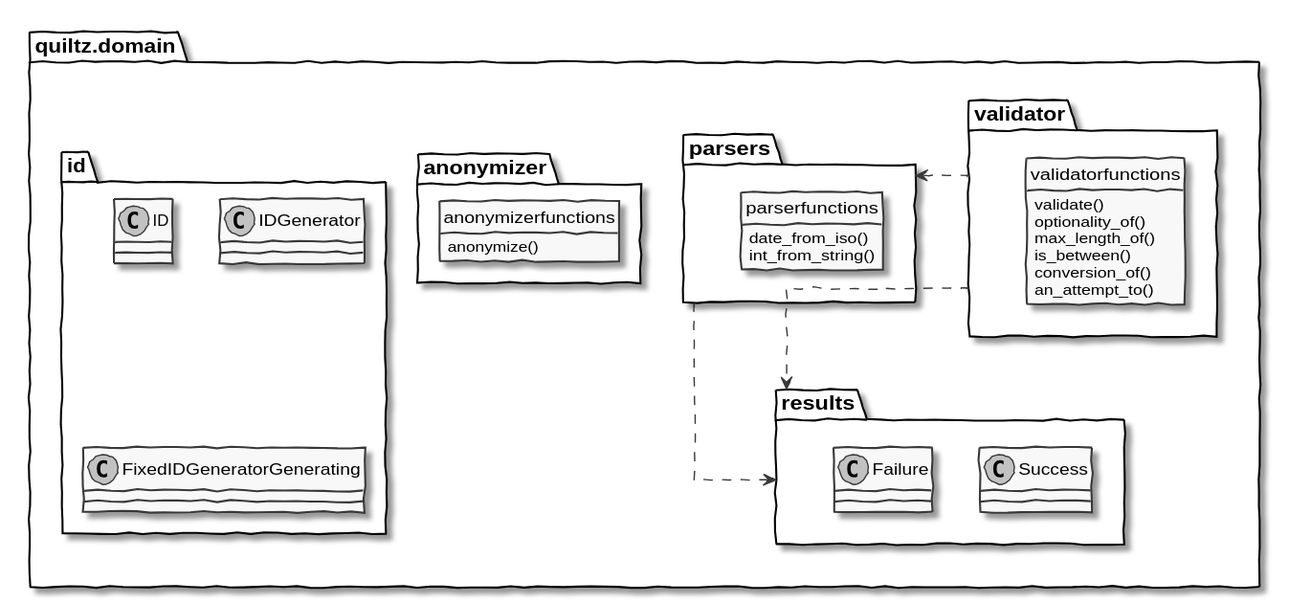
This is doc/images/domain-lib.svg from qwaneu/quiltz-domain, a PlantUML export, as it was before one commit.
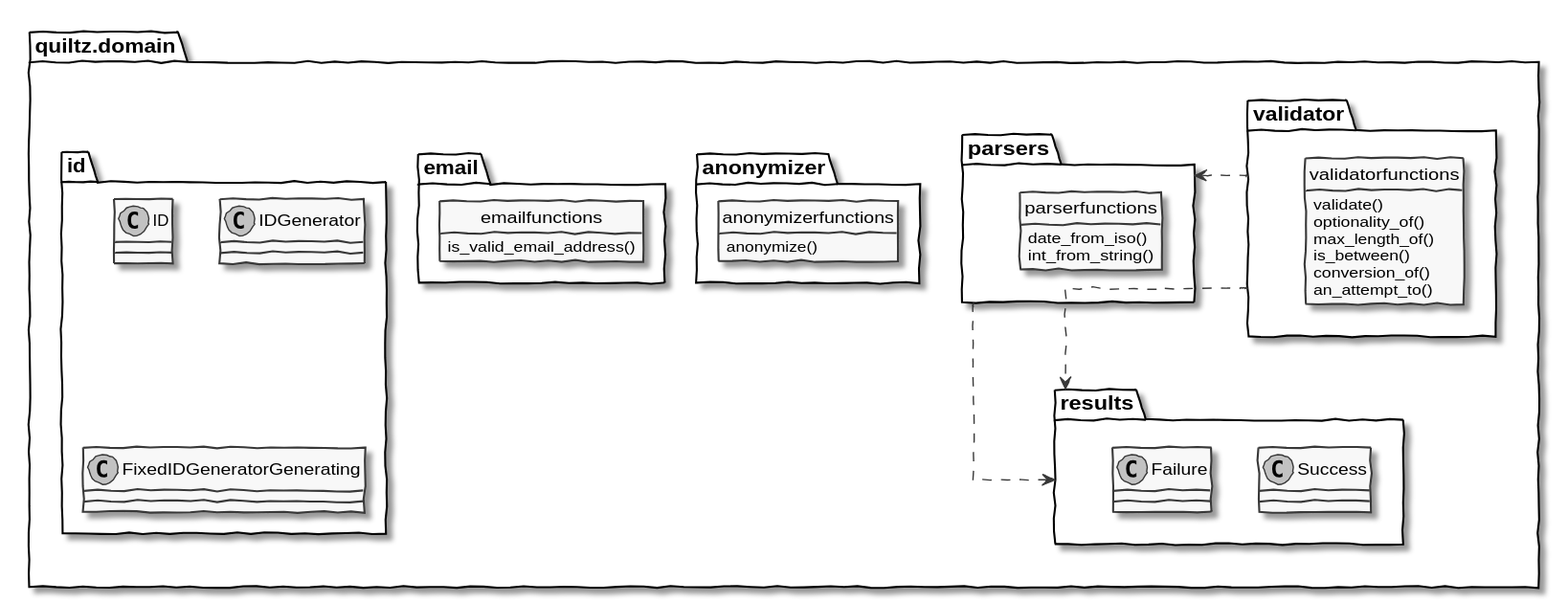
After the change.

Change to the diagram source:
```diff
@@ -34,6 +34,11 @@
       anonymize()
     }
   }
+  package email {
+    class emailfunctions <<functions>> {
+      is_valid_email_address()
+    }
+  }
   package id {
     class ID
     class IDGenerator
```
